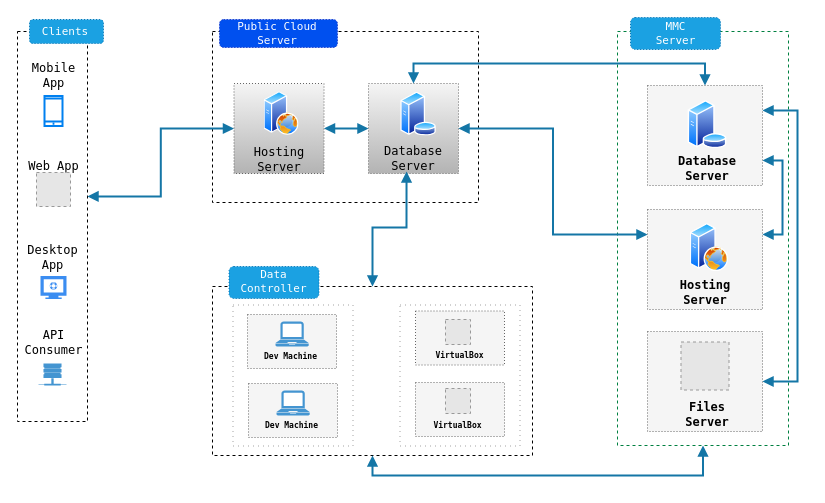
Earlier version of the draw.io diagram page "Copy of Page-1" (2 of 5) of Untitled Diagram.drawio (shoaibijaz/soding). Source tidied: cells renumbered, new cells numbered last; positions are measured from the earlier drawing's top-left corner, leaving out a move shared by most shapes. Both pictures are drawn from the tidied source at 100%, with x=0, y=0 at pixel (17, 17). Pictures stored in the file or linked from it are replaced by grey dashed boxes.
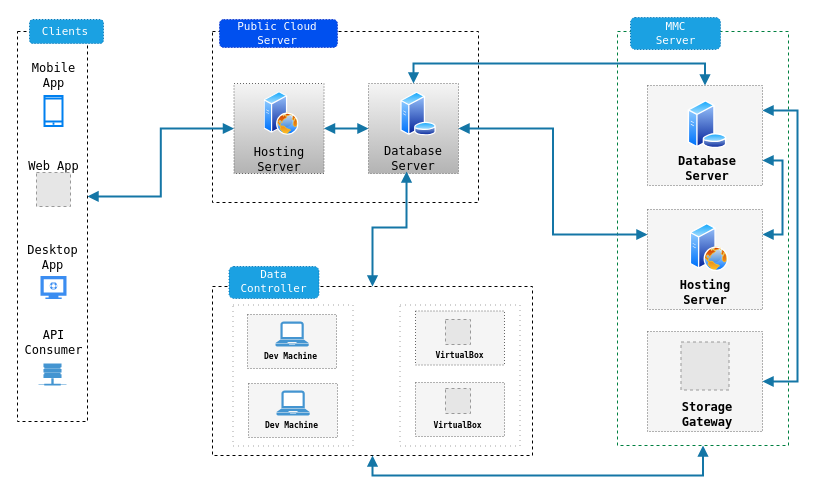
After the change.

Change to the diagram source:
```diff
@@
-    <mxCell id="40" value="Files Server" style="text;html=1;strokeColor=none;fillColor=none;align=center;verticalAlign=middle;whiteSpace=wrap;rounded=0;fontFamily=Lucida Console;dashed=1;dashPattern=1 1;fontSize=12;fontStyle=1;" parent="1" vertex="1">
+    <mxCell id="40" value="Storage Gateway" style="text;html=1;strokeColor=none;fillColor=none;align=center;verticalAlign=middle;whiteSpace=wrap;rounded=0;fontFamily=Lucida Console;dashed=1;dashPattern=1 1;fontSize=12;fontStyle=1;" parent="1" vertex="1">
       <mxGeometry x="655" y="387" width="70" height="20" as="geometry" />
     </mxCell>
```
